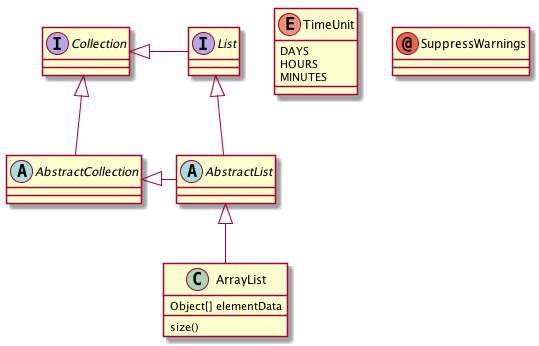
kngkeeper/322UML keeps this PlantUML diagram as out.png. Above is the earlier version.
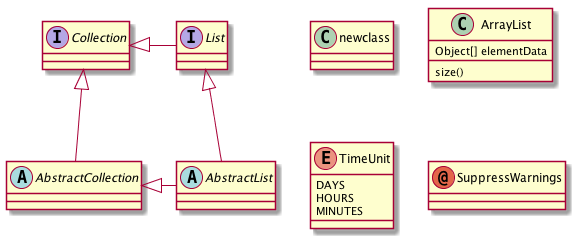
After the commit.

Diff of the diagram source:
```diff
@@ -1,4 +1,5 @@
 @startuml
+class newclass
 
 abstract class AbstractList
 abstract AbstractCollection
@@ -10,7 +11,6 @@
 
 Collection <|- List
 AbstractCollection <|- AbstractList
-AbstractList <|-- ArrayList
 
 class ArrayList {
   Object[] elementData
```
